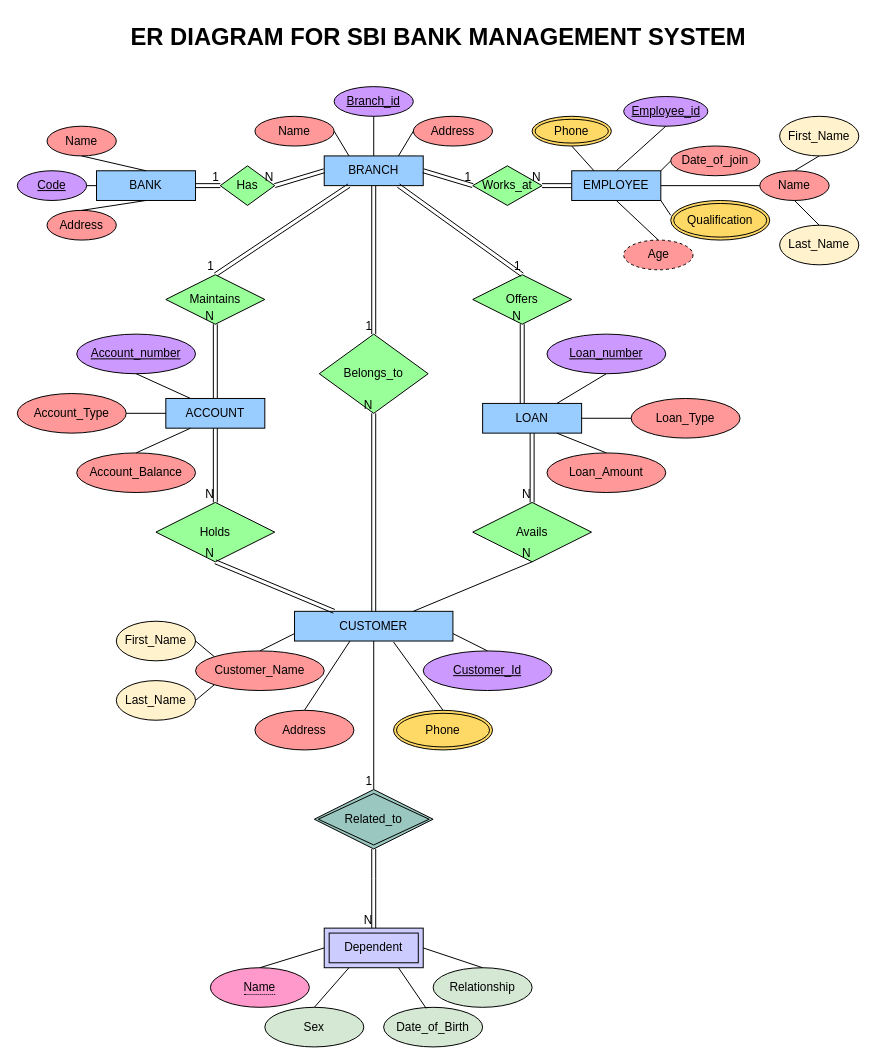
Before: page "Page-1" (1 of 2) of Relational_model_from_ER_Diagram.drawio in Anurag404OpenSourceRules/Bank-Management-System-ERD, a draw.io diagram. Source tidied: cells renumbered, new cells numbered last; positions are measured from the earlier drawing's top-left corner, leaving out a move shared by most shapes. Both pictures are drawn from the tidied source at 99%, with x=0, y=0 at pixel (17, 17).
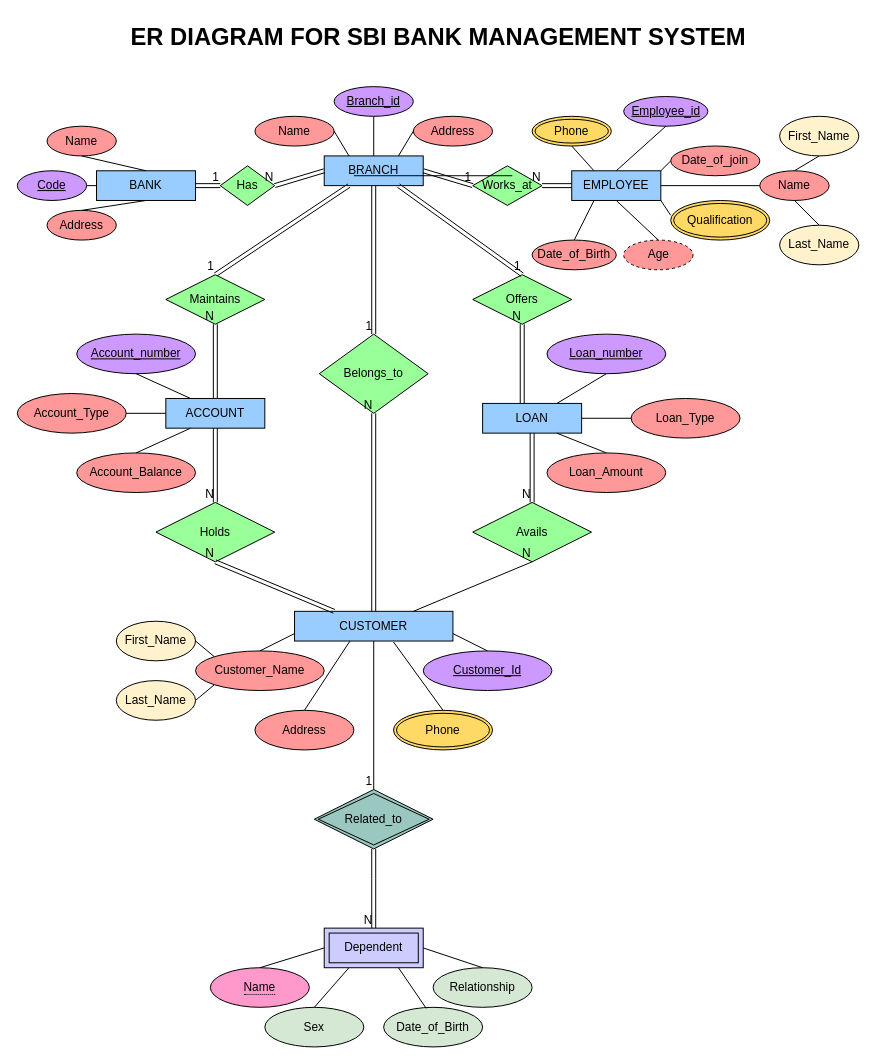
The same diagram, later.

Commit message:
added dob to employee

The change refers to these unchanged cells:
```xml
<mxCell id="11" value="EMPLOYEE" style="rounded=0;whiteSpace=wrap;html=1;fillColor=#99CCFF;" parent="1" vertex="1">
  <mxGeometry x="560" y="155" width="90" height="30" as="geometry" />
</mxCell>
```

Diff of the diagram source:
```diff
@@
+    <mxCell id="110" value="Date_of_Birth" style="ellipse;whiteSpace=wrap;html=1;align=center;fillColor=#FF9999;" parent="1" vertex="1">
+      <mxGeometry x="520" y="225" width="85" height="30" as="geometry" />
+    </mxCell>
+    <mxCell id="111" style="endArrow=none;html=1;rounded=0;" parent="1" edge="1">
+      <mxGeometry relative="1" as="geometry">
+        <mxPoint x="340" y="160" as="sourcePoint" />
+        <mxPoint x="500" y="160" as="targetPoint" />
+      </mxGeometry>
+    </mxCell>
+    <mxCell id="112" style="endArrow=none;html=1;rounded=0;exitX=0.5;exitY=0;exitDx=0;exitDy=0;entryX=0.25;entryY=1;entryDx=0;entryDy=0;" parent="1" edge="1" source="110" target="11">
+      <mxGeometry relative="1" as="geometry" />
+    </mxCell>
```
